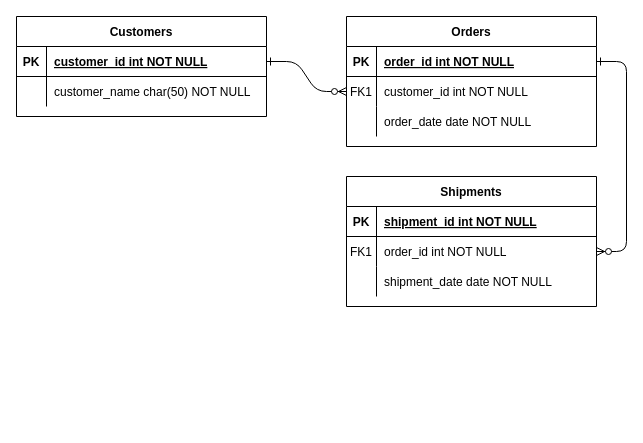
Before: Lab 3 - Park Equipment.drawio in nwmansoor/DBMS, a draw.io diagram. Source tidied: cells renumbered, new cells numbered last; positions are measured from the earlier drawing's top-left corner, leaving out a move shared by most shapes. Both pictures are drawn from the tidied source at 100%, with x=0, y=0 at pixel (16, 16).
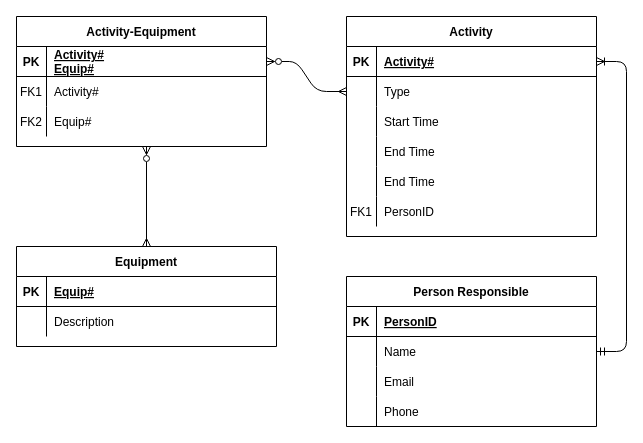
After the change.

The change refers to these unchanged cells:
```xml
<mxCell id="5" style="shape=partialRectangle;fillColor=none;points=[[0,0.5],[1,0.5]];portConstraint=eastwest;top=0;left=0;right=0;bottom=1;" parent="4" vertex="1">
  <mxGeometry y="30" width="250" height="30" as="geometry" />
</mxCell>
<mxCell id="8" style="shape=partialRectangle;fillColor=none;points=[[0,0.5],[1,0.5]];portConstraint=eastwest;top=0;left=0;right=0;bottom=0;" parent="4" vertex="1">
  <mxGeometry y="60" width="250" height="30" as="geometry" />
</mxCell>
<mxCell id="11" style="shape=partialRectangle;fillColor=none;top=0;left=0;right=0;bottom=0;" parent="4" vertex="1">
  <mxGeometry y="90" width="250" height="30" as="geometry" />
</mxCell>
<mxCell id="15" style="shape=partialRectangle;fillColor=none;top=0;left=0;right=0;bottom=1;" parent="14" vertex="1">
  <mxGeometry y="30" width="250" height="30" as="geometry" />
</mxCell>
<mxCell id="18" style="shape=partialRectangle;fillColor=none;points=[[0,0.5],[1,0.5]];portConstraint=eastwest;top=0;left=0;right=0;bottom=0;" parent="14" vertex="1">
  <mxGeometry y="60" width="250" height="30" as="geometry" />
</mxCell>
<mxCell id="21" style="shape=partialRectangle;fillColor=none;top=0;left=0;right=0;bottom=0;" parent="14" vertex="1">
  <mxGeometry y="90" width="250" height="30" as="geometry" />
</mxCell>
```

What changed in the source:
```diff
@@
-    <mxCell id="2" style="edgeStyle=entityRelationEdgeStyle;endArrow=ERzeroToMany;startArrow=ERone;endFill=1;startFill=0;" parent="1" edge="1" source="25" target="8">
-      <mxGeometry relative="1" as="geometry" />
+    <mxCell id="2" style="edgeStyle=entityRelationEdgeStyle;endArrow=ERmany;startArrow=ERzeroToMany;endFill=0;startFill=0;" parent="1" edge="1" target="8">
+      <mxGeometry relative="1" as="geometry">
+        <mxPoint x="250" y="45" as="sourcePoint" />
+      </mxGeometry>
     </mxCell>
-    <mxCell id="3" style="edgeStyle=entityRelationEdgeStyle;endArrow=ERzeroToMany;startArrow=ERone;endFill=1;startFill=0;" parent="1" edge="1" source="5" target="18">
+    <mxCell id="3" style="edgeStyle=entityRelationEdgeStyle;endArrow=ERmandOne;startArrow=ERoneToMany;endFill=0;startFill=0;" parent="1" edge="1" source="5" target="18">
       <mxGeometry relative="1" as="geometry" />
     </mxCell>
-    <mxCell id="4" value="Orders" style="shape=table;startSize=30;childLayout=tableLayout;rowLines=0;fontStyle=1;align=center;" parent="1" vertex="1">
-      <mxGeometry x="330" width="250" height="130" as="geometry" />
+    <mxCell id="4" value="Activity" style="shape=table;startSize=30;childLayout=tableLayout;rowLines=0;fontStyle=1;align=center;" parent="1" vertex="1">
+      <mxGeometry x="330" width="250" height="220" as="geometry" />
     </mxCell>
@@
-    <mxCell id="7" value="order_id int NOT NULL " style="shape=partialRectangle;overflow=hidden;fillColor=none;top=0;left=0;bottom=0;right=0;align=left;spacingLeft=6;fontStyle=5;" parent="5" vertex="1">
+    <mxCell id="7" value="Activity#" style="shape=partialRectangle;overflow=hidden;fillColor=none;top=0;left=0;bottom=0;right=0;align=left;spacingLeft=6;fontStyle=5;" parent="5" vertex="1">
       <mxGeometry x="30" width="220" height="30" as="geometry" />
     </mxCell>
@@
-    <mxCell id="9" value="FK1" style="shape=partialRectangle;overflow=hidden;fillColor=none;top=0;left=0;bottom=0;right=0;" parent="8" vertex="1">
+    <mxCell id="9" style="shape=partialRectangle;overflow=hidden;fillColor=none;top=0;left=0;bottom=0;right=0;" parent="8" vertex="1">
       <mxGeometry width="30" height="30" as="geometry" />
     </mxCell>
-    <mxCell id="10" value="customer_id int NOT NULL" style="shape=partialRectangle;overflow=hidden;fillColor=none;top=0;left=0;bottom=0;right=0;align=left;spacingLeft=6;" parent="8" vertex="1">
+    <mxCell id="10" value="Type" style="shape=partialRectangle;overflow=hidden;fillColor=none;top=0;left=0;bottom=0;right=0;align=left;spacingLeft=6;" parent="8" vertex="1">
       <mxGeometry x="30" width="220" height="30" as="geometry" />
     </mxCell>
@@
-    <mxCell id="13" value="order_date date NOT NULL" style="shape=partialRectangle;overflow=hidden;fillColor=none;top=0;left=0;bottom=0;right=0;align=left;spacingLeft=6;" parent="11" vertex="1">
+    <mxCell id="13" value="Start Time" style="shape=partialRectangle;overflow=hidden;fillColor=none;top=0;left=0;bottom=0;right=0;align=left;spacingLeft=6;" parent="11" vertex="1">
       <mxGeometry x="30" width="220" height="30" as="geometry" />
     </mxCell>
+    <mxCell id="31" style="shape=partialRectangle;fillColor=none;top=0;left=0;right=0;bottom=0;" parent="4" vertex="1">
+      <mxGeometry y="120" width="250" height="30" as="geometry" />
+    </mxCell>
+    <mxCell id="32" style="shape=partialRectangle;overflow=hidden;fillColor=none;top=0;left=0;bottom=0;right=0;" parent="31" vertex="1">
+      <mxGeometry width="30" height="30" as="geometry" />
+    </mxCell>
+    <mxCell id="33" value="End Time" style="shape=partialRectangle;overflow=hidden;fillColor=none;top=0;left=0;bottom=0;right=0;align=left;spacingLeft=6;" parent="31" vertex="1">
+      <mxGeometry x="30" width="220" height="30" as="geometry" />
+    </mxCell>
+    <mxCell id="34" style="shape=partialRectangle;fillColor=none;top=0;left=0;right=0;bottom=0;" parent="4" vertex="1">
+      <mxGeometry y="150" width="250" height="30" as="geometry" />
+    </mxCell>
+    <mxCell id="35" style="shape=partialRectangle;overflow=hidden;fillColor=none;top=0;left=0;bottom=0;right=0;" parent="34" vertex="1">
+      <mxGeometry width="30" height="30" as="geometry" />
+    </mxCell>
+    <mxCell id="36" value="End Time" style="shape=partialRectangle;overflow=hidden;fillColor=none;top=0;left=0;bottom=0;right=0;align=left;spacingLeft=6;" parent="34" vertex="1">
+      <mxGeometry x="30" width="220" height="30" as="geometry" />
+    </mxCell>
+    <mxCell id="37" style="shape=partialRectangle;fillColor=none;top=0;left=0;right=0;bottom=0;" parent="4" vertex="1">
+      <mxGeometry y="180" width="250" height="30" as="geometry" />
+    </mxCell>
+    <mxCell id="38" value="FK1" style="shape=partialRectangle;overflow=hidden;fillColor=none;top=0;left=0;bottom=0;right=0;" parent="37" vertex="1">
+      <mxGeometry width="30" height="30" as="geometry" />
+    </mxCell>
+    <mxCell id="39" value="PersonID" style="shape=partialRectangle;overflow=hidden;fillColor=none;top=0;left=0;bottom=0;right=0;align=left;spacingLeft=6;" parent="37" vertex="1">
+      <mxGeometry x="30" width="220" height="30" as="geometry" />
+    </mxCell>
-    <mxCell id="14" value="Shipments" style="shape=table;startSize=30;childLayout=tableLayout;rowLines=0;fontStyle=1;align=center;" parent="1" vertex="1">
-      <mxGeometry x="330" y="160" width="250" height="130" as="geometry" />
+    <mxCell id="14" value="Person Responsible" style="shape=table;startSize=30;childLayout=tableLayout;rowLines=0;fontStyle=1;align=center;" parent="1" vertex="1">
+      <mxGeometry x="330" y="260" width="250" height="150" as="geometry" />
     </mxCell>
@@
-    <mxCell id="17" value="shipment_id int NOT NULL " style="shape=partialRectangle;overflow=hidden;fillColor=none;top=0;left=0;bottom=0;right=0;align=left;spacingLeft=6;fontStyle=5;" parent="15" vertex="1">
+    <mxCell id="17" value="PersonID" style="shape=partialRectangle;overflow=hidden;fillColor=none;top=0;left=0;bottom=0;right=0;align=left;spacingLeft=6;fontStyle=5;" parent="15" vertex="1">
       <mxGeometry x="30" width="220" height="30" as="geometry" />
     </mxCell>
@@
-    <mxCell id="19" value="FK1" style="shape=partialRectangle;overflow=hidden;fillColor=none;top=0;left=0;bottom=0;right=0;" parent="18" vertex="1">
+    <mxCell id="19" style="shape=partialRectangle;overflow=hidden;fillColor=none;top=0;left=0;bottom=0;right=0;" parent="18" vertex="1">
       <mxGeometry width="30" height="30" as="geometry" />
     </mxCell>
-    <mxCell id="20" value="order_id int NOT NULL" style="shape=partialRectangle;overflow=hidden;fillColor=none;top=0;left=0;bottom=0;right=0;align=left;spacingLeft=6;" parent="18" vertex="1">
+    <mxCell id="20" value="Name" style="shape=partialRectangle;overflow=hidden;fillColor=none;top=0;left=0;bottom=0;right=0;align=left;spacingLeft=6;" parent="18" vertex="1">
       <mxGeometry x="30" width="220" height="30" as="geometry" />
     </mxCell>
@@
-    <mxCell id="23" value="shipment_date date NOT NULL" style="shape=partialRectangle;overflow=hidden;fillColor=none;top=0;left=0;bottom=0;right=0;align=left;spacingLeft=6;" parent="21" vertex="1">
+    <mxCell id="23" value="Email" style="shape=partialRectangle;overflow=hidden;fillColor=none;top=0;left=0;bottom=0;right=0;align=left;spacingLeft=6;" parent="21" vertex="1">
       <mxGeometry x="30" width="220" height="30" as="geometry" />
     </mxCell>
-    <mxCell id="24" value="Customers" style="shape=table;startSize=30;childLayout=tableLayout;rowLines=0;fontStyle=1;align=center;" parent="1" vertex="1">
-      <mxGeometry width="250" height="100" as="geometry" />
-    </mxCell>
+    <mxCell id="40" style="shape=partialRectangle;fillColor=none;top=0;left=0;right=0;bottom=0;" parent="14" vertex="1">
+      <mxGeometry y="120" width="250" height="30" as="geometry" />
+    </mxCell>
+    <mxCell id="41" style="shape=partialRectangle;overflow=hidden;fillColor=none;top=0;left=0;bottom=0;right=0;" parent="40" vertex="1">
+      <mxGeometry width="30" height="30" as="geometry" />
+    </mxCell>
+    <mxCell id="42" value="Phone" style="shape=partialRectangle;overflow=hidden;fillColor=none;top=0;left=0;bottom=0;right=0;align=left;spacingLeft=6;" parent="40" vertex="1">
+      <mxGeometry x="30" width="220" height="30" as="geometry" />
+    </mxCell>
+    <mxCell id="43" value="Activity-Equipment" style="shape=table;startSize=30;childLayout=tableLayout;rowLines=0;fontStyle=1;align=center;" parent="1" vertex="1">
+      <mxGeometry width="250" height="130" as="geometry" />
+    </mxCell>
-    <mxCell id="25" style="shape=partialRectangle;fillColor=none;points=[[0,0.5],[1,0.5]];portConstraint=eastwest;top=0;left=0;right=0;bottom=1;" parent="24" vertex="1">
+    <mxCell id="25" style="shape=partialRectangle;fillColor=none;points=[[0,0.5],[1,0.5]];portConstraint=eastwest;top=0;left=0;right=0;bottom=1;" parent="43" vertex="1">
       <mxGeometry y="30" width="250" height="30" as="geometry" />
     </mxCell>
-    <mxCell id="26" value="PK" style="shape=partialRectangle;overflow=hidden;fillColor=none;top=0;left=0;bottom=0;right=0;fontStyle=1;" parent="25" vertex="1">
-      <mxGeometry width="30" height="30" as="geometry" />
-    </mxCell>
-    <mxCell id="27" value="customer_id int NOT NULL " style="shape=partialRectangle;overflow=hidden;fillColor=none;top=0;left=0;bottom=0;right=0;align=left;spacingLeft=6;fontStyle=5;" parent="25" vertex="1">
-      <mxGeometry x="30" width="220" height="30" as="geometry" />
-    </mxCell>
+    <mxCell id="44" value="PK" style="shape=partialRectangle;overflow=hidden;fillColor=none;top=0;left=0;bottom=0;right=0;fontStyle=1;" parent="25" vertex="1">
+      <mxGeometry width="30" height="30" as="geometry" />
+    </mxCell>
+    <mxCell id="45" value="Activity#&#10;Equip#" style="shape=partialRectangle;overflow=hidden;fillColor=none;top=0;left=0;bottom=0;right=0;align=left;spacingLeft=6;fontStyle=5;" parent="25" vertex="1">
+      <mxGeometry x="30" width="220" height="30" as="geometry" />
+    </mxCell>
-    <mxCell id="28" style="shape=partialRectangle;fillColor=none;top=0;left=0;right=0;bottom=0;" parent="24" vertex="1">
+    <mxCell id="28" style="shape=partialRectangle;fillColor=none;top=0;left=0;right=0;bottom=0;" parent="43" vertex="1">
       <mxGeometry y="60" width="250" height="30" as="geometry" />
     </mxCell>
-    <mxCell id="29" style="shape=partialRectangle;overflow=hidden;fillColor=none;top=0;left=0;bottom=0;right=0;" parent="28" vertex="1">
-      <mxGeometry width="30" height="30" as="geometry" />
-    </mxCell>
-    <mxCell id="30" value="customer_name char(50) NOT NULL" style="shape=partialRectangle;overflow=hidden;fillColor=none;top=0;left=0;bottom=0;right=0;align=left;spacingLeft=6;" parent="28" vertex="1">
-      <mxGeometry x="30" width="220" height="30" as="geometry" />
-    </mxCell>
+    <mxCell id="46" value="FK1" style="shape=partialRectangle;overflow=hidden;fillColor=none;top=0;left=0;bottom=0;right=0;" parent="28" vertex="1">
+      <mxGeometry width="30" height="30" as="geometry" />
+    </mxCell>
+    <mxCell id="47" value="Activity#" style="shape=partialRectangle;overflow=hidden;fillColor=none;top=0;left=0;bottom=0;right=0;align=left;spacingLeft=6;" parent="28" vertex="1">
+      <mxGeometry x="30" width="220" height="30" as="geometry" />
+    </mxCell>
+    <mxCell id="48" style="shape=partialRectangle;fillColor=none;top=0;left=0;right=0;bottom=0;" parent="43" vertex="1">
+      <mxGeometry y="90" width="250" height="30" as="geometry" />
+    </mxCell>
+    <mxCell id="49" value="FK2" style="shape=partialRectangle;overflow=hidden;fillColor=none;top=0;left=0;bottom=0;right=0;" parent="48" vertex="1">
+      <mxGeometry width="30" height="30" as="geometry" />
+    </mxCell>
+    <mxCell id="50" value="Equip#" style="shape=partialRectangle;overflow=hidden;fillColor=none;top=0;left=0;bottom=0;right=0;align=left;spacingLeft=6;" parent="48" vertex="1">
+      <mxGeometry x="30" width="220" height="30" as="geometry" />
+    </mxCell>
+    <mxCell id="51" value="Equipment" style="shape=table;startSize=30;childLayout=tableLayout;rowLines=0;fontStyle=1;align=center;" parent="1" vertex="1">
+      <mxGeometry y="230" width="260" height="100" as="geometry" />
+    </mxCell>
+    <mxCell id="52" style="shape=partialRectangle;fillColor=none;top=0;left=0;right=0;bottom=1;" parent="51" vertex="1">
+      <mxGeometry y="30" width="260" height="30" as="geometry" />
+    </mxCell>
+    <mxCell id="53" value="PK" style="shape=partialRectangle;overflow=hidden;fillColor=none;top=0;left=0;bottom=0;right=0;fontStyle=1;" parent="52" vertex="1">
+      <mxGeometry width="30" height="30" as="geometry" />
+    </mxCell>
+    <mxCell id="54" value="Equip#" style="shape=partialRectangle;overflow=hidden;fillColor=none;top=0;left=0;bottom=0;right=0;align=left;spacingLeft=6;fontStyle=5;" parent="52" vertex="1">
+      <mxGeometry x="30" width="230" height="30" as="geometry" />
+    </mxCell>
+    <mxCell id="55" style="shape=partialRectangle;fillColor=none;top=0;left=0;right=0;bottom=0;" parent="51" vertex="1">
+      <mxGeometry y="60" width="260" height="30" as="geometry" />
+    </mxCell>
+    <mxCell id="56" style="shape=partialRectangle;overflow=hidden;fillColor=none;top=0;left=0;bottom=0;right=0;" parent="55" vertex="1">
+      <mxGeometry width="30" height="30" as="geometry" />
+    </mxCell>
+    <mxCell id="57" value="Description" style="shape=partialRectangle;overflow=hidden;fillColor=none;top=0;left=0;bottom=0;right=0;align=left;spacingLeft=6;" parent="55" vertex="1">
+      <mxGeometry x="30" width="230" height="30" as="geometry" />
+    </mxCell>
+    <mxCell id="58" style="fontSize=12;html=1;endArrow=ERzeroToMany;startArrow=ERmany;rounded=0;exitX=0.5;exitY=0;exitDx=0;exitDy=0;endFill=0;" parent="1" edge="1" source="51">
+      <mxGeometry relative="1" as="geometry">
+        <mxPoint x="130" y="130" as="targetPoint" />
+      </mxGeometry>
+    </mxCell>
```
